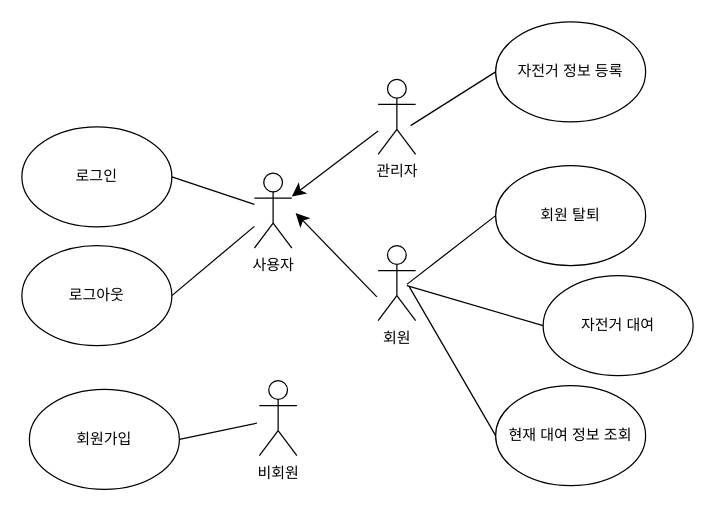
Above: 과제2.drawio in CarniRabbit/SE_Assignment2 (draw.io), before the change. Source tidied: cells renumbered, new cells numbered last; positions are measured from the earlier drawing's top-left corner, leaving out a move shared by most shapes. Both pictures are drawn from the tidied source at 125%, with x=0, y=0 at pixel (21, 21).
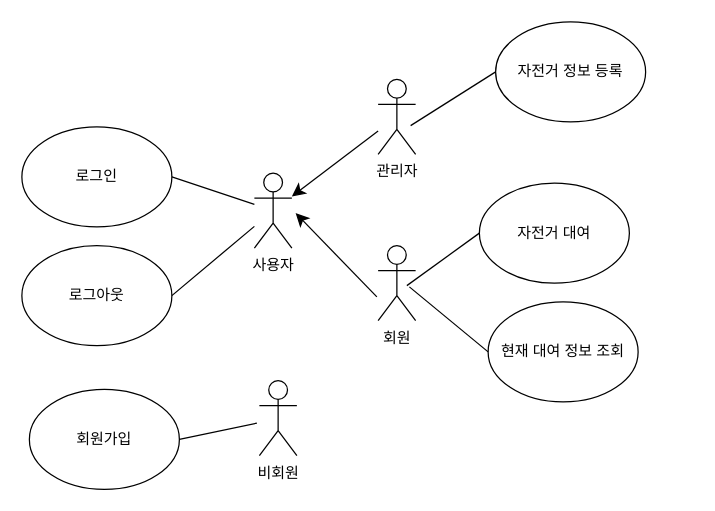
After the change.

Commit message (it also covers changes not shown here):
Edit UCD and Add Class Diagram, Communication Diagram

What changed in the source:
```diff
@@
-    <mxCell id="10" value="회원 탈퇴" style="ellipse;whiteSpace=wrap;html=1;" parent="1" vertex="1">
-      <mxGeometry x="379" y="115" width="120" height="80" as="geometry" />
-    </mxCell>
@@
     <mxCell id="16" value="자전거 대여" style="ellipse;whiteSpace=wrap;html=1;" parent="1" vertex="1">
-      <mxGeometry x="417" y="203" width="120" height="80" as="geometry" />
+      <mxGeometry x="366" y="129" width="120" height="80" as="geometry" />
     </mxCell>
     <mxCell id="17" value="현재 대여 정보 조회" style="ellipse;whiteSpace=wrap;html=1;" parent="1" vertex="1">
-      <mxGeometry x="379" y="291" width="120" height="80" as="geometry" />
+      <mxGeometry x="373" y="224" width="120" height="80" as="geometry" />
     </mxCell>
@@
-    <mxCell id="19" style="endArrow=none;html=1;rounded=0;fontSize=12;startSize=8;endSize=8;curved=1;entryX=0;entryY=0.5;entryDx=0;entryDy=0;" parent="1" edge="1" target="10">
-      <mxGeometry relative="1" as="geometry">
-        <mxPoint x="308" y="210" as="sourcePoint" />
-      </mxGeometry>
-    </mxCell>
```
